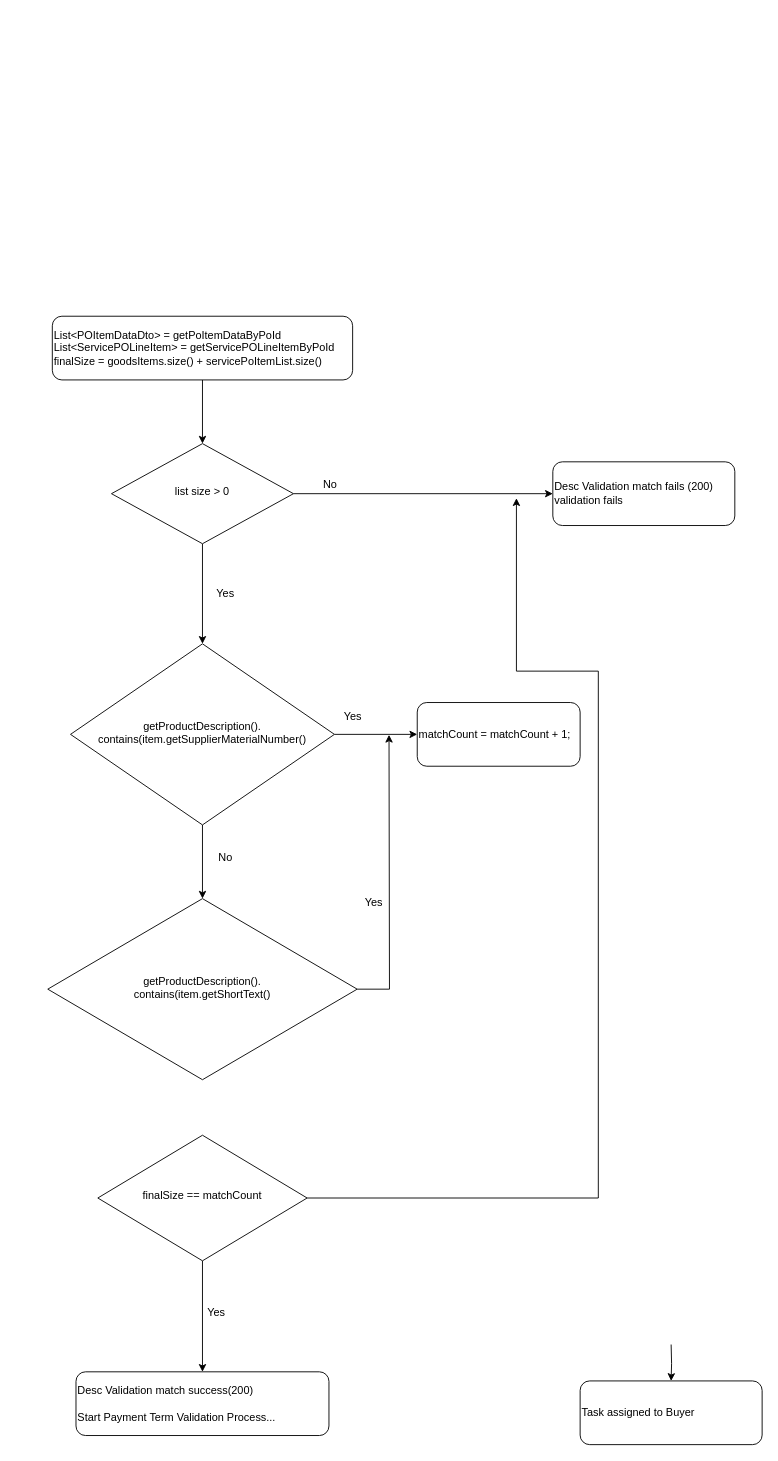
Earlier version of the draw.io diagram page "Payment Term 201" (6 of 6) of Invoice management/Untitled Diagram.drawio (pratikdimble/Diagram). Source tidied: cells renumbered, new cells numbered last; positions are measured from the earlier drawing's top-left corner, leaving out a move shared by most shapes. Both pictures are drawn from the tidied source at 91%, with x=0, y=0 at pixel (47, 316).
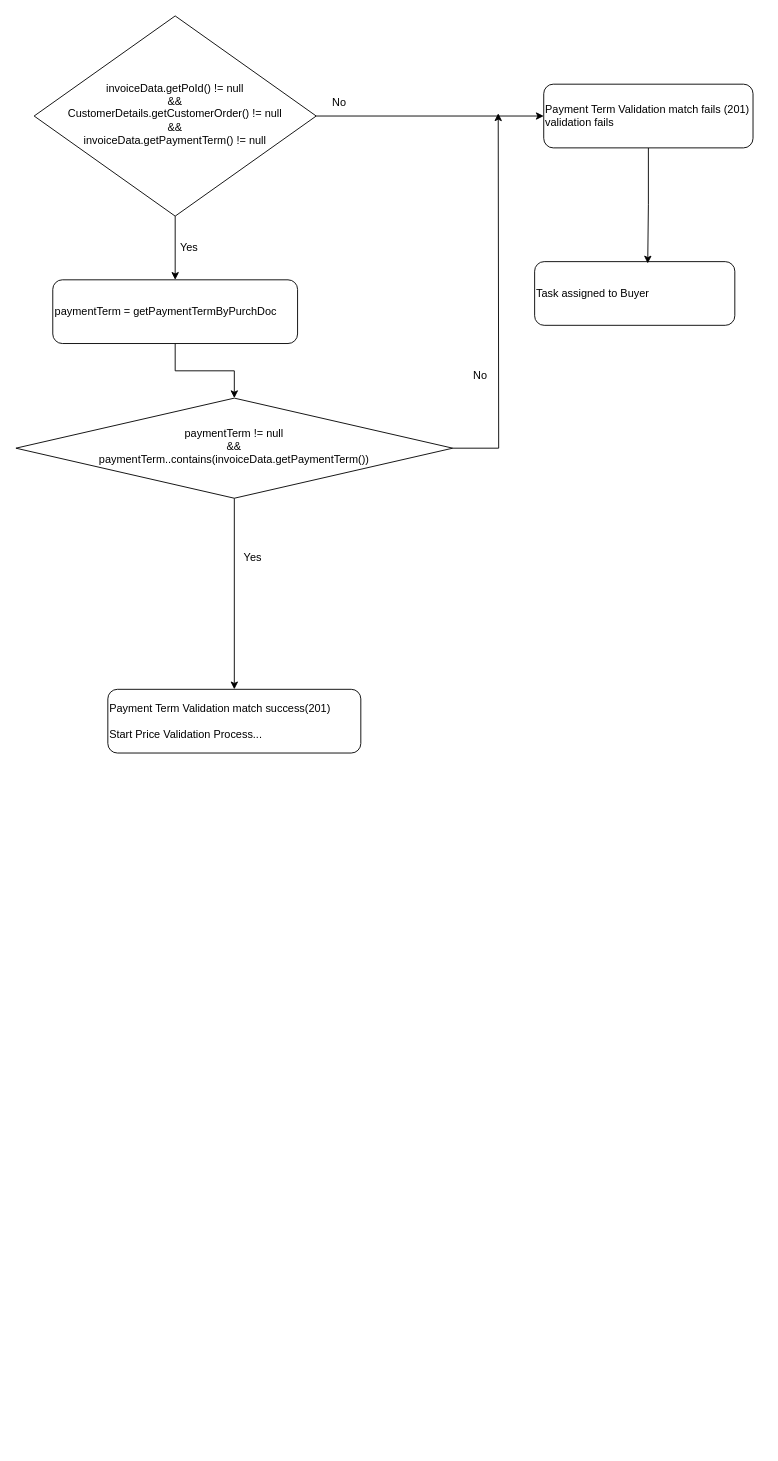
Above is the later version.

What changed in the source:
```diff
@@
-    <mxCell id="2" style="edgeStyle=orthogonalEdgeStyle;rounded=0;jettySize=auto;html=1;" parent="1" edge="1" source="4" target="7">
-      <mxGeometry relative="1" as="geometry" />
-    </mxCell>
-    <mxCell id="3" style="edgeStyle=orthogonalEdgeStyle;rounded=0;jettySize=auto;html=1;exitX=1;exitY=0.5;exitDx=0;exitDy=0;" parent="1" edge="1" source="4">
-      <mxGeometry relative="1" as="geometry">
-        <mxPoint x="515" y="200" as="targetPoint" />
-        <Array as="points">
-          <mxPoint x="605" y="969" />
-          <mxPoint x="605" y="390" />
-          <mxPoint x="515" y="390" />
-        </Array>
-      </mxGeometry>
-    </mxCell>
-    <mxCell id="4" value="finalSize == matchCount" style="rhombus;whiteSpace=wrap;html=1;shadow=0;fontFamily=Helvetica;fontSize=12;align=center;strokeWidth=1;spacing=6;spacingTop=-4;horizontal=1;verticalAlign=middle;labelPosition=center;verticalLabelPosition=middle;" parent="1" vertex="1">
-      <mxGeometry x="55" y="900" width="230" height="138" as="geometry" />
-    </mxCell>
-    <mxCell id="5" style="edgeStyle=orthogonalEdgeStyle;rounded=0;jettySize=auto;html=1;" parent="1" edge="1" target="8">
-      <mxGeometry relative="1" as="geometry">
-        <mxPoint x="685" y="1130" as="sourcePoint" />
-      </mxGeometry>
-    </mxCell>
-    <mxCell id="6" value="Yes" style="text;html=1;align=center;verticalAlign=middle;strokeColor=none;fillColor=none;" parent="1" vertex="1">
-      <mxGeometry x="165" y="1080" width="40" height="30" as="geometry" />
-    </mxCell>
-    <mxCell id="7" value="Desc Validation&amp;nbsp;match success(200)&lt;br&gt;&lt;br&gt;Start Payment Term Validation Process..." style="rounded=1;whiteSpace=wrap;html=1;fontSize=12;glass=0;strokeWidth=1;shadow=0;align=left;" parent="1" vertex="1">
-      <mxGeometry x="31" y="1160" width="278" height="70" as="geometry" />
+    <mxCell id="7" value="Payment Term Validation&amp;nbsp;match success(201)&lt;br&gt;&lt;br&gt;Start Price Validation Process..." style="rounded=1;whiteSpace=wrap;html=1;fontSize=12;glass=0;strokeWidth=1;shadow=0;align=left;" parent="1" vertex="1">
+      <mxGeometry x="66" y="410" width="278" height="70" as="geometry" />
     </mxCell>
     <mxCell id="8" value="Task assigned to Buyer" style="rounded=1;whiteSpace=wrap;html=1;fontSize=12;glass=0;strokeWidth=1;shadow=0;align=left;" parent="1" vertex="1">
-      <mxGeometry x="585" y="1170" width="200" height="70" as="geometry" />
+      <mxGeometry x="535" y="-60" width="220" height="70" as="geometry" />
     </mxCell>
-    <mxCell id="9" style="edgeStyle=orthogonalEdgeStyle;rounded=0;jettySize=auto;html=1;" parent="1" edge="1" source="11" target="13">
-      <mxGeometry relative="1" as="geometry" />
-    </mxCell>
-    <mxCell id="10" style="edgeStyle=orthogonalEdgeStyle;rounded=0;jettySize=auto;html=1;exitX=1;exitY=0.5;exitDx=0;exitDy=0;entryX=0;entryY=0.5;entryDx=0;entryDy=0;" parent="1" edge="1" source="11" target="14">
-      <mxGeometry relative="1" as="geometry" />
-    </mxCell>
-    <mxCell id="11" value="getProductDescription().&lt;br&gt;contains(item.getSupplierMaterialNumber()" style="rhombus;whiteSpace=wrap;html=1;shadow=0;fontFamily=Helvetica;fontSize=12;align=center;strokeWidth=1;spacing=6;spacingTop=-4;horizontal=1;verticalAlign=middle;labelPosition=center;verticalLabelPosition=middle;" parent="1" vertex="1">
-      <mxGeometry x="25" y="360" width="290" height="199" as="geometry" />
-    </mxCell>
-    <mxCell id="12" style="edgeStyle=orthogonalEdgeStyle;rounded=0;jettySize=auto;html=1;exitX=1;exitY=0.5;exitDx=0;exitDy=0;" parent="1" edge="1" source="13">
-      <mxGeometry relative="1" as="geometry">
-        <mxPoint x="375" y="460" as="targetPoint" />
-      </mxGeometry>
-    </mxCell>
-    <mxCell id="13" value="getProductDescription().&lt;br&gt;contains(item.getShortText()" style="rhombus;whiteSpace=wrap;html=1;shadow=0;fontFamily=Helvetica;fontSize=12;align=center;strokeWidth=1;spacing=6;spacingTop=-4;horizontal=1;verticalAlign=middle;labelPosition=center;verticalLabelPosition=middle;" parent="1" vertex="1">
-      <mxGeometry y="640" width="340" height="199" as="geometry" />
-    </mxCell>
-    <mxCell id="14" value="matchCount = matchCount + 1;" style="rounded=1;whiteSpace=wrap;html=1;fontSize=12;glass=0;strokeWidth=1;shadow=0;align=left;" parent="1" vertex="1">
-      <mxGeometry x="406" y="424.5" width="179" height="70" as="geometry" />
-    </mxCell>
-    <mxCell id="15" value="Yes" style="text;html=1;align=center;verticalAlign=middle;strokeColor=none;fillColor=none;" parent="1" vertex="1">
-      <mxGeometry x="315" y="424.5" width="40" height="30" as="geometry" />
-    </mxCell>
-    <mxCell id="16" value="Yes" style="text;html=1;align=center;verticalAlign=middle;strokeColor=none;fillColor=none;" parent="1" vertex="1">
-      <mxGeometry x="338" y="630" width="40" height="30" as="geometry" />
-    </mxCell>
-    <mxCell id="17" value="No" style="text;html=1;align=center;verticalAlign=middle;strokeColor=none;fillColor=none;" parent="1" vertex="1">
-      <mxGeometry x="175" y="580" width="40" height="30" as="geometry" />
-    </mxCell>
-    <mxCell id="18" style="edgeStyle=orthogonalEdgeStyle;rounded=0;jettySize=auto;html=1;" parent="1" edge="1" source="19" target="22">
-      <mxGeometry relative="1" as="geometry" />
-    </mxCell>
-    <mxCell id="19" value="List&amp;lt;POItemDataDto&amp;gt; =&amp;nbsp;getPoItemDataByPoId&lt;br&gt;List&amp;lt;ServicePOLineItem&amp;gt; =&amp;nbsp;getServicePOLineItemByPoId&lt;br&gt;finalSize = goodsItems.size() + servicePoItemList.size()" style="rounded=1;whiteSpace=wrap;html=1;fontSize=12;glass=0;strokeWidth=1;shadow=0;align=left;" parent="1" vertex="1">
-      <mxGeometry x="5" width="330" height="70" as="geometry" />
-    </mxCell>
-    <mxCell id="20" style="edgeStyle=orthogonalEdgeStyle;rounded=0;jettySize=auto;html=1;" parent="1" edge="1" source="22" target="23">
-      <mxGeometry relative="1" as="geometry" />
-    </mxCell>
-    <mxCell id="21" style="edgeStyle=orthogonalEdgeStyle;rounded=0;jettySize=auto;html=1;entryX=0.5;entryY=0;entryDx=0;entryDy=0;" parent="1" edge="1" source="22" target="11">
-      <mxGeometry relative="1" as="geometry" />
-    </mxCell>
-    <mxCell id="22" value="list size &amp;gt; 0" style="rhombus;whiteSpace=wrap;html=1;shadow=0;fontFamily=Helvetica;fontSize=12;align=center;strokeWidth=1;spacing=6;spacingTop=-4;horizontal=1;verticalAlign=middle;labelPosition=center;verticalLabelPosition=middle;" parent="1" vertex="1">
-      <mxGeometry x="70" y="140" width="200" height="110" as="geometry" />
-    </mxCell>
-    <mxCell id="23" value="Desc Validation match fails (200)&lt;br&gt;validation fails" style="rounded=1;whiteSpace=wrap;html=1;fontSize=12;glass=0;strokeWidth=1;shadow=0;align=left;" parent="1" vertex="1">
-      <mxGeometry x="555" y="160" width="200" height="70" as="geometry" />
-    </mxCell>
     <mxCell id="24" value="Yes" style="text;html=1;align=center;verticalAlign=middle;strokeColor=none;fillColor=none;" parent="1" vertex="1">
-      <mxGeometry x="175" y="290" width="40" height="30" as="geometry" />
+      <mxGeometry x="205" y="250" width="40" height="30" as="geometry" />
     </mxCell>
     <mxCell id="25" value="No" style="text;html=1;align=center;verticalAlign=middle;strokeColor=none;fillColor=none;" parent="1" vertex="1">
-      <mxGeometry x="290" y="170" width="40" height="30" as="geometry" />
+      <mxGeometry x="300" y="-250" width="40" height="30" as="geometry" />
     </mxCell>
+    <mxCell id="26" style="edgeStyle=orthogonalEdgeStyle;rounded=0;jettySize=auto;html=1;" parent="1" edge="1" source="28" target="30">
+      <mxGeometry relative="1" as="geometry" />
+    </mxCell>
+    <mxCell id="27" style="edgeStyle=orthogonalEdgeStyle;rounded=0;jettySize=auto;html=1;" parent="1" edge="1" source="28" target="36">
+      <mxGeometry relative="1" as="geometry" />
+    </mxCell>
+    <mxCell id="28" value="invoiceData.getPoId() != null&lt;br&gt;&amp;amp;&amp;amp;&lt;br&gt;CustomerDetails.getCustomerOrder() != null&lt;br&gt;&amp;amp;&amp;amp;&lt;br&gt;invoiceData.getPaymentTerm() != null" style="rhombus;whiteSpace=wrap;html=1;shadow=0;fontFamily=Helvetica;fontSize=12;align=center;strokeWidth=1;spacing=6;spacingTop=-4;horizontal=1;verticalAlign=middle;labelPosition=center;verticalLabelPosition=middle;" parent="1" vertex="1">
+      <mxGeometry x="-15" y="-330" width="310" height="220" as="geometry" />
+    </mxCell>
+    <mxCell id="29" style="edgeStyle=orthogonalEdgeStyle;rounded=0;jettySize=auto;html=1;entryX=0.5;entryY=0;entryDx=0;entryDy=0;" parent="1" edge="1" source="30" target="33">
+      <mxGeometry relative="1" as="geometry" />
+    </mxCell>
+    <mxCell id="30" value="paymentTerm = getPaymentTermByPurchDoc" style="rounded=1;whiteSpace=wrap;html=1;fontSize=12;glass=0;strokeWidth=1;shadow=0;align=left;" parent="1" vertex="1">
+      <mxGeometry x="5.5" y="-40" width="269" height="70" as="geometry" />
+    </mxCell>
+    <mxCell id="31" style="edgeStyle=orthogonalEdgeStyle;rounded=0;jettySize=auto;html=1;" parent="1" edge="1" source="33" target="7">
+      <mxGeometry relative="1" as="geometry" />
+    </mxCell>
+    <mxCell id="32" style="edgeStyle=orthogonalEdgeStyle;rounded=0;jettySize=auto;html=1;" parent="1" edge="1" source="33">
+      <mxGeometry relative="1" as="geometry">
+        <mxPoint x="495" y="-223" as="targetPoint" />
+      </mxGeometry>
+    </mxCell>
+    <mxCell id="33" value="paymentTerm != null&lt;br&gt;&amp;amp;&amp;amp;&lt;br&gt;paymentTerm..contains(invoiceData.getPaymentTerm())" style="rhombus;whiteSpace=wrap;html=1;shadow=0;fontFamily=Helvetica;fontSize=12;align=center;strokeWidth=1;spacing=6;spacingTop=-4;horizontal=1;verticalAlign=middle;labelPosition=center;verticalLabelPosition=middle;" parent="1" vertex="1">
+      <mxGeometry x="-35" y="90" width="480" height="110" as="geometry" />
+    </mxCell>
+    <mxCell id="34" value="Yes" style="text;html=1;align=center;verticalAlign=middle;strokeColor=none;fillColor=none;" parent="1" vertex="1">
+      <mxGeometry x="135" y="-90" width="40" height="30" as="geometry" />
+    </mxCell>
+    <mxCell id="35" style="edgeStyle=orthogonalEdgeStyle;rounded=0;jettySize=auto;html=1;entryX=0.565;entryY=0.029;entryDx=0;entryDy=0;entryPerimeter=0;" parent="1" edge="1" source="36" target="8">
+      <mxGeometry relative="1" as="geometry" />
+    </mxCell>
+    <mxCell id="36" value="Payment Term Validation match fails (201)&lt;br&gt;validation fails" style="rounded=1;whiteSpace=wrap;html=1;fontSize=12;glass=0;strokeWidth=1;shadow=0;align=left;" parent="1" vertex="1">
+      <mxGeometry x="545" y="-255" width="230" height="70" as="geometry" />
+    </mxCell>
+    <mxCell id="17" value="No" style="text;html=1;align=center;verticalAlign=middle;strokeColor=none;fillColor=none;" parent="1" vertex="1">
+      <mxGeometry x="455" y="50" width="40" height="30" as="geometry" />
+    </mxCell>
```
